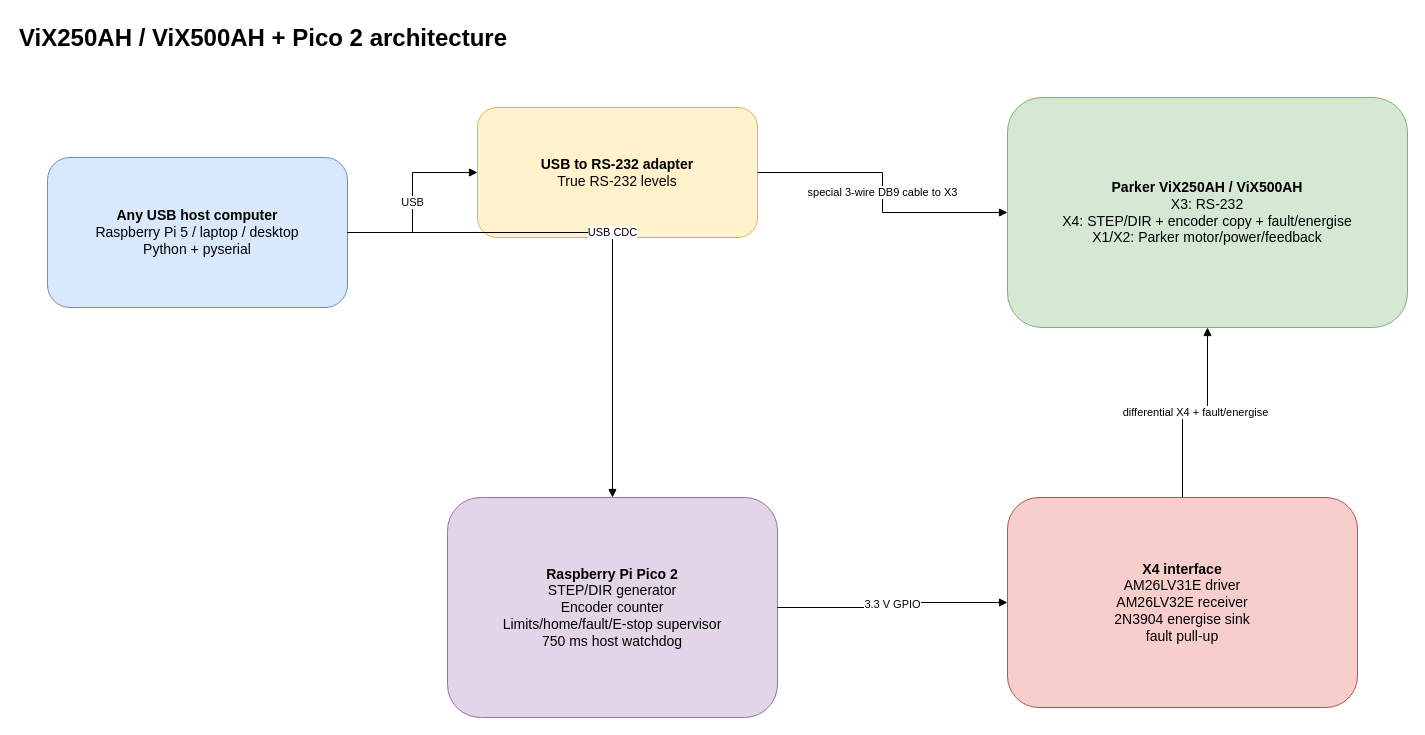
Jhua03/ViX keeps this draw.io diagram as page "1 - System architecture" (1 of 3) of hardware/ViX_AH_Pico2_Wiring.drawio. Above is the earlier version. Source tidied: cells renumbered, new cells numbered last; positions are measured from the earlier drawing's top-left corner, leaving out a move shared by most shapes. Both pictures are drawn from the tidied source at 100%, with x=0, y=0 at pixel (17, 17).
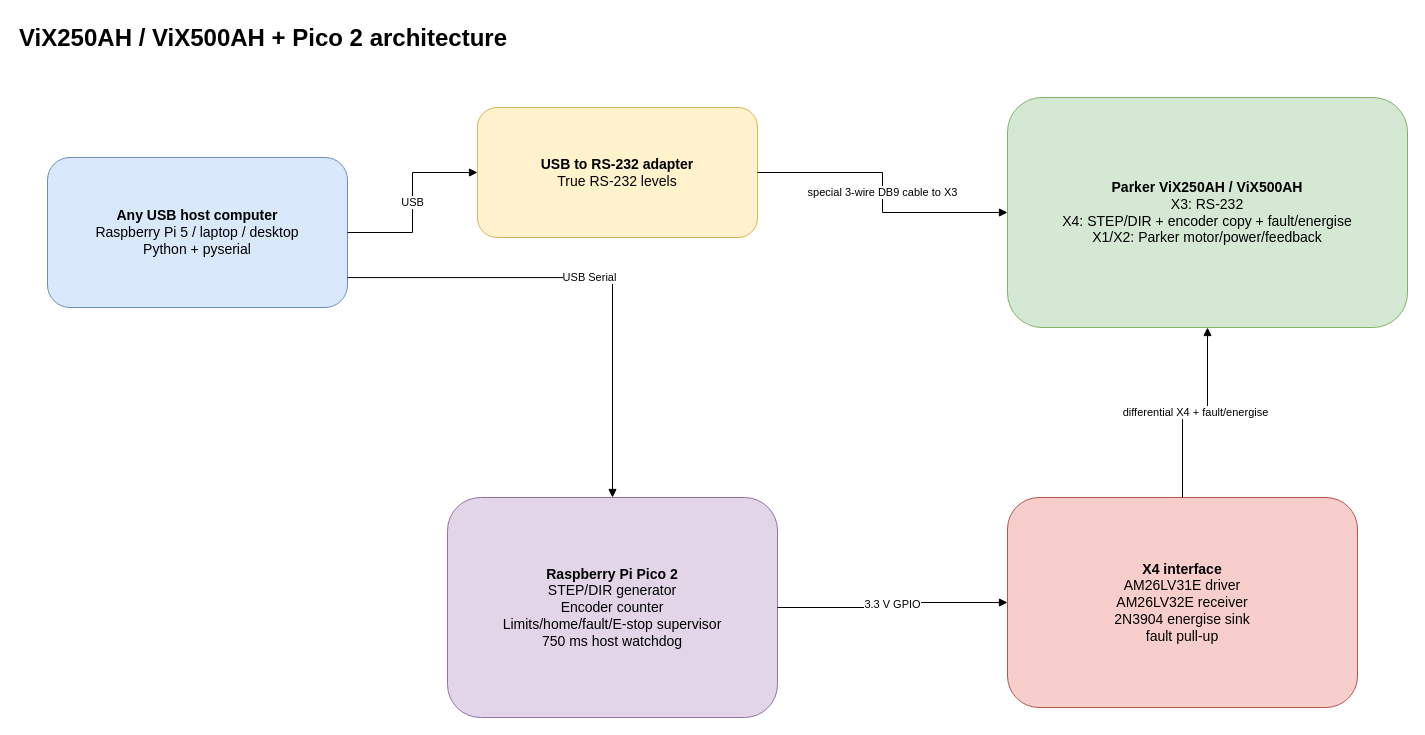
The same page after the edit.

Diff of the diagram source:
```diff
@@
 <mxGraphModel>
   <root>
     <mxCell id="0" />
     <mxCell id="1" parent="0" />
     <mxCell id="2" value="ViX250AH / ViX500AH + Pico 2 architecture" style="text;html=1;fontSize=24;fontStyle=1;strokeColor=none;fillColor=none;" parent="1" vertex="1">
       <mxGeometry width="900" height="40" as="geometry" />
     </mxCell>
     <mxCell id="3" value="&lt;b&gt;Any USB host computer&lt;/b&gt;&lt;br&gt;Raspberry Pi 5 / laptop / desktop&lt;br&gt;Python + pyserial" style="rounded=1;whiteSpace=wrap;html=1;fillColor=#dae8fc;strokeColor=#6c8ebf;fontSize=14;" parent="1" vertex="1">
       <mxGeometry x="30" y="140" width="300" height="150" as="geometry" />
     </mxCell>
     <mxCell id="4" value="&lt;b&gt;USB to RS-232 adapter&lt;/b&gt;&lt;br&gt;True RS-232 levels" style="rounded=1;whiteSpace=wrap;html=1;fillColor=#fff2cc;strokeColor=#d6b656;fontSize=14;" parent="1" vertex="1">
       <mxGeometry x="460" y="90" width="280" height="130" as="geometry" />
     </mxCell>
     <mxCell id="5" value="&lt;b&gt;Parker ViX250AH / ViX500AH&lt;/b&gt;&lt;br&gt;X3: RS-232&lt;br&gt;X4: STEP/DIR + encoder copy + fault/energise&lt;br&gt;X1/X2: Parker motor/power/feedback" style="rounded=1;whiteSpace=wrap;html=1;fillColor=#d5e8d4;strokeColor=#82b366;fontSize=14;" parent="1" vertex="1">
       <mxGeometry x="990" y="80" width="400" height="230" as="geometry" />
     </mxCell>
     <mxCell id="6" value="&lt;b&gt;Raspberry Pi Pico 2&lt;/b&gt;&lt;br&gt;STEP/DIR generator&lt;br&gt;Encoder counter&lt;br&gt;Limits/home/fault/E-stop supervisor&lt;br&gt;750 ms host watchdog" style="rounded=1;whiteSpace=wrap;html=1;fillColor=#e1d5e7;strokeColor=#9673a6;fontSize=14;" parent="1" vertex="1">
       <mxGeometry x="430" y="480" width="330" height="220" as="geometry" />
     </mxCell>
     <mxCell id="7" value="&lt;b&gt;X4 interface&lt;/b&gt;&lt;br&gt;AM26LV31E driver&lt;br&gt;AM26LV32E receiver&lt;br&gt;2N3904 energise sink&lt;br&gt;fault pull-up" style="rounded=1;whiteSpace=wrap;html=1;fillColor=#f8cecc;strokeColor=#b85450;fontSize=14;" parent="1" vertex="1">
       <mxGeometry x="990" y="480" width="350" height="210" as="geometry" />
     </mxCell>
     <mxCell id="8" value="USB" style="edgeStyle=orthogonalEdgeStyle;rounded=0;html=1;endArrow=block;" parent="1" edge="1" source="3" target="4">
       <mxGeometry relative="1" as="geometry" />
     </mxCell>
     <mxCell id="9" value="special 3-wire DB9 cable to X3" style="edgeStyle=orthogonalEdgeStyle;rounded=0;html=1;endArrow=block;" parent="1" edge="1" source="4" target="5">
       <mxGeometry relative="1" as="geometry" />
     </mxCell>
-    <mxCell id="10" value="USB CDC" style="edgeStyle=orthogonalEdgeStyle;rounded=0;html=1;endArrow=block;" parent="1" edge="1" source="3" target="6">
-      <mxGeometry relative="1" as="geometry" />
+    <mxCell id="10" value="USB Serial" style="edgeStyle=orthogonalEdgeStyle;rounded=0;html=1;endArrow=block;" parent="1" edge="1" source="3" target="6">
+      <mxGeometry relative="1" as="geometry">
+        <Array as="points">
+          <mxPoint x="595" y="260.1" />
+        </Array>
+      </mxGeometry>
     </mxCell>
     <mxCell id="11" value="3.3 V GPIO" style="edgeStyle=orthogonalEdgeStyle;rounded=0;html=1;endArrow=block;" parent="1" edge="1" source="6" target="7">
       <mxGeometry relative="1" as="geometry" />
     </mxCell>
     <mxCell id="12" value="differential X4 + fault/energise" style="edgeStyle=orthogonalEdgeStyle;rounded=0;html=1;endArrow=block;" parent="1" edge="1" source="7" target="5">
       <mxGeometry relative="1" as="geometry" />
     </mxCell>
   </root>
 </mxGraphModel>
```
